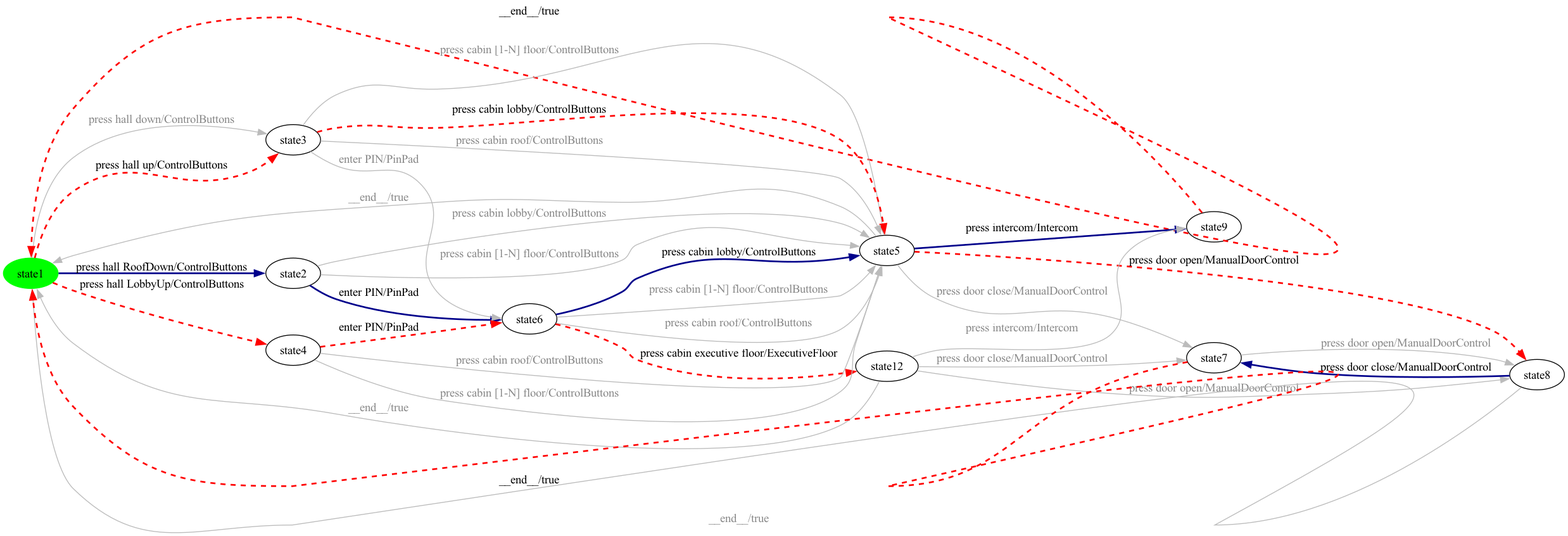
The Graphviz diagram milestone-reports/per-product-all-states/Elevator/Elevator-product9-walk.png in dilekozturk93/vibes, before a commit. Its source is kept beside it as milestone-reports/per-product-all-states/Elevator/Elevator-product9-walk.dot. Source of this version:
```dot
digraph G {
rankdir=LR;
state0[ label = "state1", style=filled, color=green ];
state1 [ label = "state9" ];
state2 [ label = "state6" ];
state3 [ label = "state5" ];
state4 [ label = "state12" ];
state5 [ label = "state8" ];
state6 [ label = "state7" ];
state7 [ label = "state2" ];
state8 [ label = "state4" ];
state9 [ label = "state3" ];
state0 -> state7 [ label=" press hall RoofDown/ControlButtons ", style=bold, color=darkblue, penwidth=2 ];
state3 -> state1 [ label=" press intercom/Intercom ", style=bold, color=darkblue, penwidth=2 ];
state8 -> state3 [ label=" press cabin roof/ControlButtons ", color="#bbbbbb", fontcolor="#888888" ];
state4 -> state6 [ label=" press door close/ManualDoorControl ", color="#bbbbbb", fontcolor="#888888" ];
state8 -> state3 [ label=" press cabin [1-N] floor/ControlButtons ", color="#bbbbbb", fontcolor="#888888" ];
state7 -> state2 [ label=" enter PIN/PinPad ", style=bold, color=darkblue, penwidth=2 ];
state3 -> state5 [ label=" press door open/ManualDoorControl ", style=dashed, color=red, penwidth=2 ];
state3 -> state6 [ label=" press door close/ManualDoorControl ", color="#bbbbbb", fontcolor="#888888" ];
state6 -> state0 [ label=" __end__/true ", style=dashed, color=red, penwidth=2 ];
state7 -> state3 [ label=" press cabin lobby/ControlButtons ", color="#bbbbbb", fontcolor="#888888" ];
state9 -> state3 [ label=" press cabin [1-N] floor/ControlButtons ", color="#bbbbbb", fontcolor="#888888" ];
state4 -> state5 [ label=" press door open/ManualDoorControl ", color="#bbbbbb", fontcolor="#888888" ];
state2 -> state3 [ label=" press cabin lobby/ControlButtons ", style=bold, color=darkblue, penwidth=2 ];
state2 -> state3 [ label=" press cabin [1-N] floor/ControlButtons ", color="#bbbbbb", fontcolor="#888888" ];
state2 -> state4 [ label=" press cabin executive floor/ExecutiveFloor ", style=dashed, color=red, penwidth=2 ];
state1 -> state0 [ label=" __end__/true ", style=dashed, color=red, penwidth=2 ];
state9 -> state2 [ label=" enter PIN/PinPad ", color="#bbbbbb", fontcolor="#888888" ];
state0 -> state9 [ label=" press hall up/ControlButtons ", style=dashed, color=red, penwidth=2 ];
state5 -> state6 [ label=" press door close/ManualDoorControl ", style=bold, color=darkblue, penwidth=2 ];
state7 -> state3 [ label=" press cabin [1-N] floor/ControlButtons ", color="#bbbbbb", fontcolor="#888888" ];
state2 -> state3 [ label=" press cabin roof/ControlButtons ", color="#bbbbbb", fontcolor="#888888" ];
state5 -> state0 [ label=" __end__/true ", color="#bbbbbb", fontcolor="#888888" ];
state9 -> state3 [ label=" press cabin lobby/ControlButtons ", style=dashed, color=red, penwidth=2 ];
state4 -> state1 [ label=" press intercom/Intercom ", color="#bbbbbb", fontcolor="#888888" ];
state8 -> state2 [ label=" enter PIN/PinPad ", style=dashed, color=red, penwidth=2 ];
state4 -> state0 [ label=" __end__/true ", color="#bbbbbb", fontcolor="#888888" ];
state9 -> state3 [ label=" press cabin roof/ControlButtons ", color="#bbbbbb", fontcolor="#888888" ];
state6 -> state5 [ label=" press door open/ManualDoorControl ", color="#bbbbbb", fontcolor="#888888" ];
state0 -> state9 [ label=" press hall down/ControlButtons ", color="#bbbbbb", fontcolor="#888888" ];
state0 -> state8 [ label=" press hall LobbyUp/ControlButtons ", style=dashed, color=red, penwidth=2 ];
state3 -> state0 [ label=" __end__/true ", color="#bbbbbb", fontcolor="#888888" ];
}
```
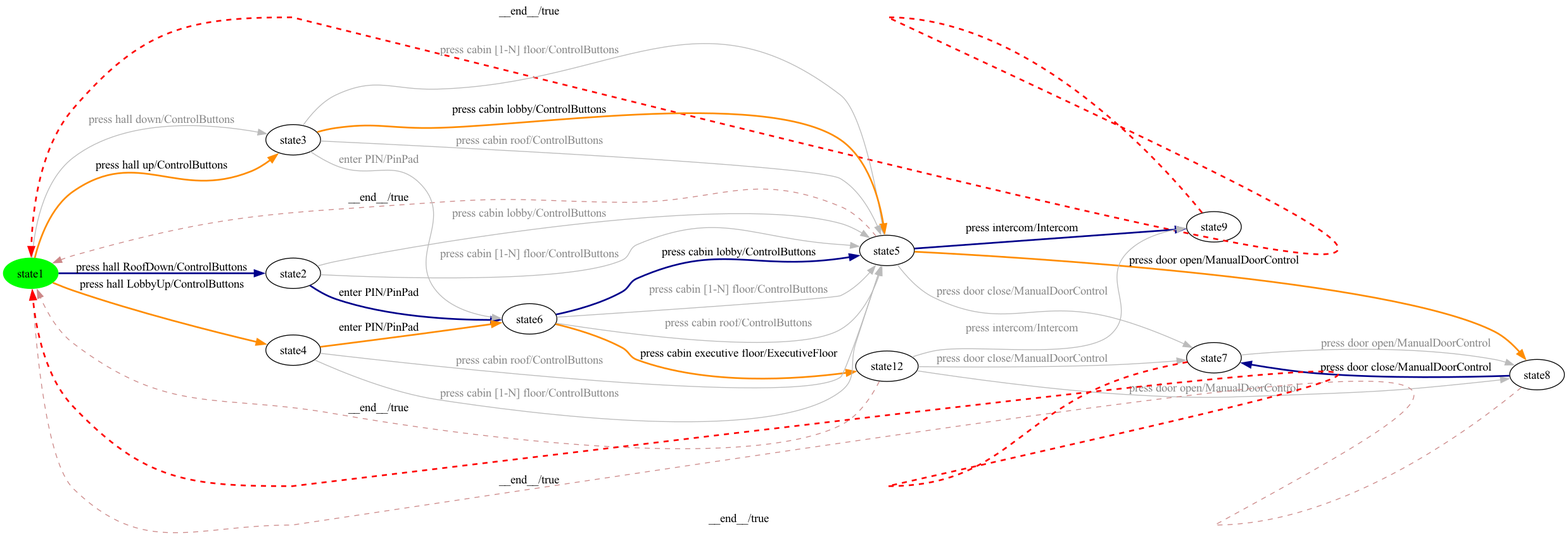
The same file after the commit.

Diff of the diagram source:
```diff
@@ -16,7 +16,7 @@
 state4 -> state6 [ label=" press door close/ManualDoorControl ", color="#bbbbbb", fontcolor="#888888" ];
 state8 -> state3 [ label=" press cabin [1-N] floor/ControlButtons ", color="#bbbbbb", fontcolor="#888888" ];
 state7 -> state2 [ label=" enter PIN/PinPad ", style=bold, color=darkblue, penwidth=2 ];
-state3 -> state5 [ label=" press door open/ManualDoorControl ", style=dashed, color=red, penwidth=2 ];
+state3 -> state5 [ label=" press door open/ManualDoorControl ", style=bold, color=darkorange, penwidth=2 ];
 state3 -> state6 [ label=" press door close/ManualDoorControl ", color="#bbbbbb", fontcolor="#888888" ];
 state6 -> state0 [ label=" __end__/true ", style=dashed, color=red, penwidth=2 ];
 state7 -> state3 [ label=" press cabin lobby/ControlButtons ", color="#bbbbbb", fontcolor="#888888" ];
@@ -24,21 +24,21 @@
 state4 -> state5 [ label=" press door open/ManualDoorControl ", color="#bbbbbb", fontcolor="#888888" ];
 state2 -> state3 [ label=" press cabin lobby/ControlButtons ", style=bold, color=darkblue, penwidth=2 ];
 state2 -> state3 [ label=" press cabin [1-N] floor/ControlButtons ", color="#bbbbbb", fontcolor="#888888" ];
-state2 -> state4 [ label=" press cabin executive floor/ExecutiveFloor ", style=dashed, color=red, penwidth=2 ];
+state2 -> state4 [ label=" press cabin executive floor/ExecutiveFloor ", style=bold, color=darkorange, penwidth=2 ];
 state1 -> state0 [ label=" __end__/true ", style=dashed, color=red, penwidth=2 ];
 state9 -> state2 [ label=" enter PIN/PinPad ", color="#bbbbbb", fontcolor="#888888" ];
-state0 -> state9 [ label=" press hall up/ControlButtons ", style=dashed, color=red, penwidth=2 ];
+state0 -> state9 [ label=" press hall up/ControlButtons ", style=bold, color=darkorange, penwidth=2 ];
 state5 -> state6 [ label=" press door close/ManualDoorControl ", style=bold, color=darkblue, penwidth=2 ];
 state7 -> state3 [ label=" press cabin [1-N] floor/ControlButtons ", color="#bbbbbb", fontcolor="#888888" ];
 state2 -> state3 [ label=" press cabin roof/ControlButtons ", color="#bbbbbb", fontcolor="#888888" ];
-state5 -> state0 [ label=" __end__/true ", color="#bbbbbb", fontcolor="#888888" ];
-state9 -> state3 [ label=" press cabin lobby/ControlButtons ", style=dashed, color=red, penwidth=2 ];
+state5 -> state0 [ label=" __end__/true ", style=dashed, color="#cc8888" ];
+state9 -> state3 [ label=" press cabin lobby/ControlButtons ", style=bold, color=darkorange, penwidth=2 ];
 state4 -> state1 [ label=" press intercom/Intercom ", color="#bbbbbb", fontcolor="#888888" ];
-state8 -> state2 [ label=" enter PIN/PinPad ", style=dashed, color=red, penwidth=2 ];
-state4 -> state0 [ label=" __end__/true ", color="#bbbbbb", fontcolor="#888888" ];
+state8 -> state2 [ label=" enter PIN/PinPad ", style=bold, color=darkorange, penwidth=2 ];
+state4 -> state0 [ label=" __end__/true ", style=dashed, color="#cc8888" ];
 state9 -> state3 [ label=" press cabin roof/ControlButtons ", color="#bbbbbb", fontcolor="#888888" ];
 state6 -> state5 [ label=" press door open/ManualDoorControl ", color="#bbbbbb", fontcolor="#888888" ];
 state0 -> state9 [ label=" press hall down/ControlButtons ", color="#bbbbbb", fontcolor="#888888" ];
-state0 -> state8 [ label=" press hall LobbyUp/ControlButtons ", style=dashed, color=red, penwidth=2 ];
-state3 -> state0 [ label=" __end__/true ", color="#bbbbbb", fontcolor="#888888" ];
+state0 -> state8 [ label=" press hall LobbyUp/ControlButtons ", style=bold, color=darkorange, penwidth=2 ];
+state3 -> state0 [ label=" __end__/true ", style=dashed, color="#cc8888" ];
 }
```
